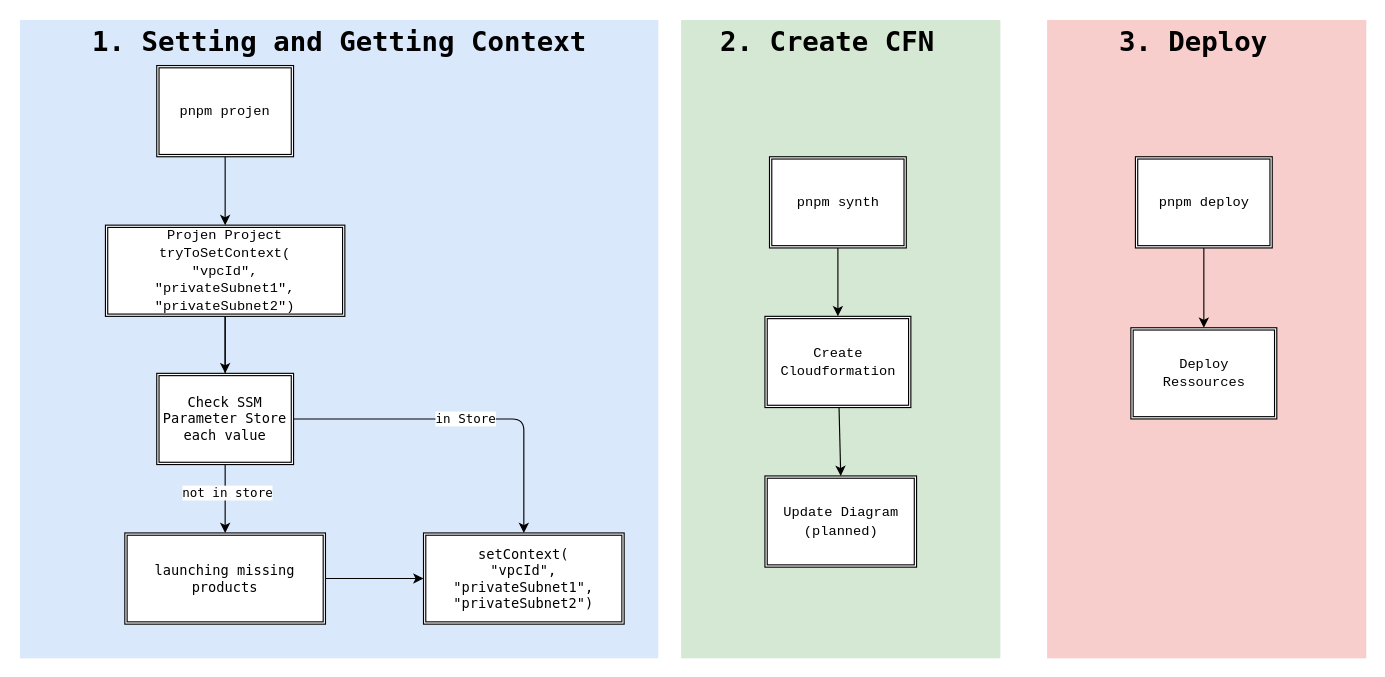
Before: page "Projen Workflows" (2 of 4) of .drawio/4d-adidas.drawio in jolo-dev/cdk-restapi-stack, a draw.io diagram. Source tidied: cells renumbered, new cells numbered last; positions are measured from the earlier drawing's top-left corner, leaving out a move shared by most shapes. Both pictures are drawn from the tidied source at 114%, with x=0, y=0 at pixel (19, 19).
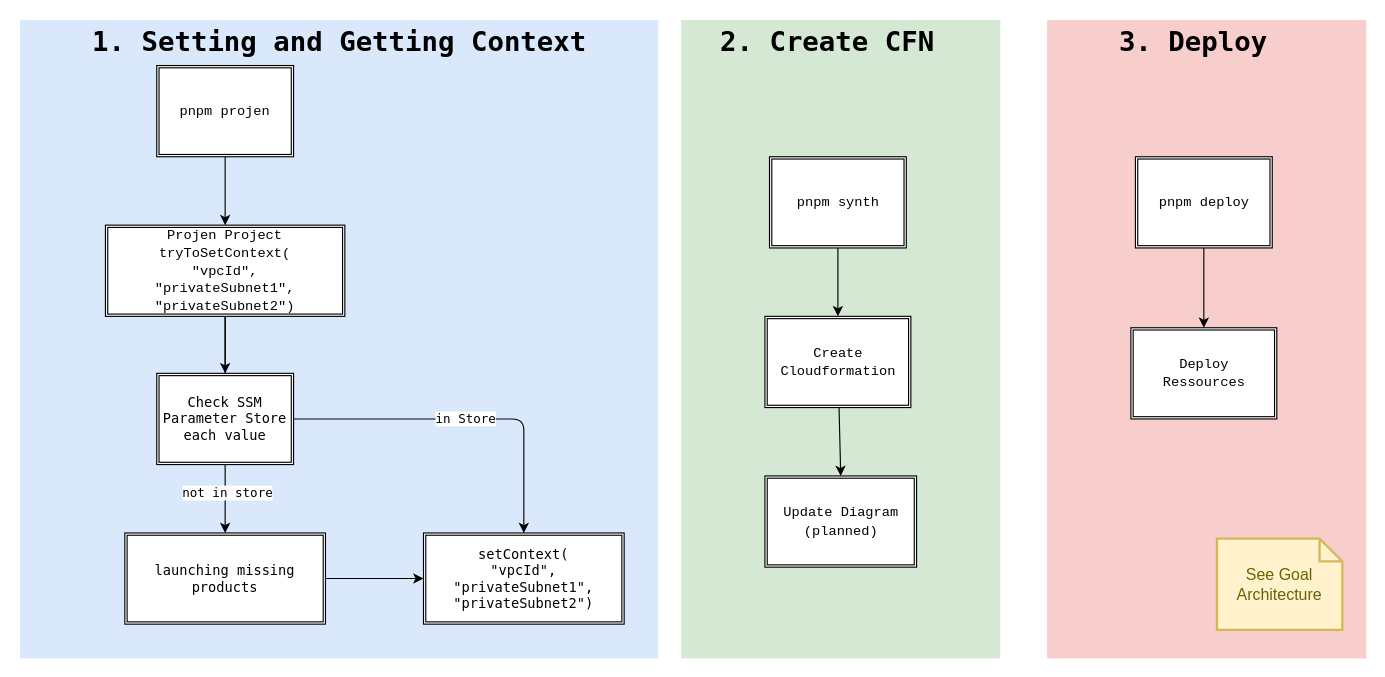
After the change.

Unchanged cells that the change refers to:
```xml
<mxCell id="25" style="group;" parent="1" vertex="1">
  <mxGeometry x="901" width="280" height="560" as="geometry" />
</mxCell>
```

Change to the diagram source:
```diff
@@
+    <mxCell id="31" value="See Goal Architecture" style="shape=note;strokeWidth=2;fontSize=14;size=20;whiteSpace=wrap;html=1;fillColor=#fff2cc;strokeColor=#d6b656;fontColor=#666600;" parent="25" vertex="1">
+      <mxGeometry x="149" y="455" width="110" height="80" as="geometry" />
+    </mxCell>
```
